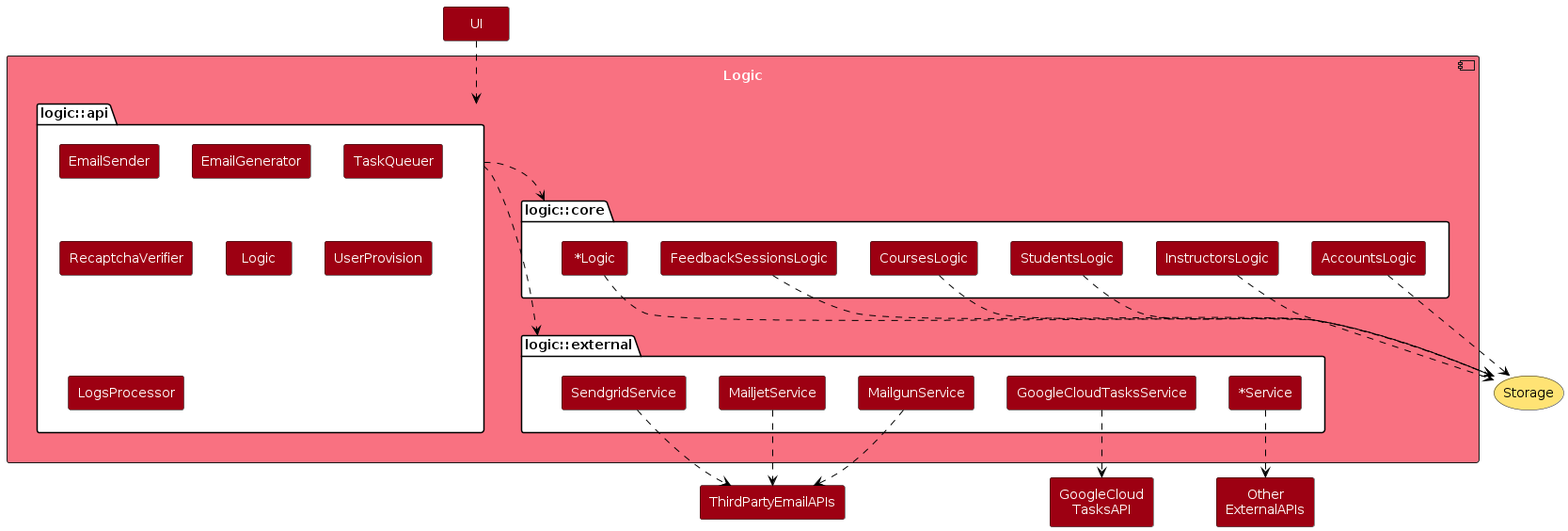
Earlier version of the PlantUML export diagrams/LogicComponent.png (TEAMMATES/teammates). Its source is kept beside it as diagrams/LogicComponent.puml.
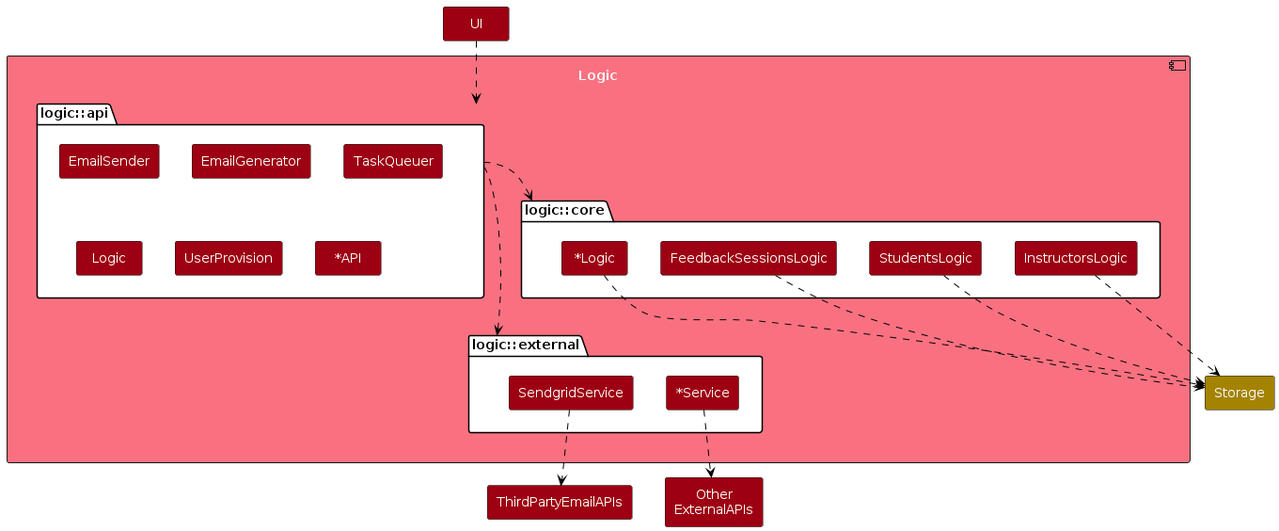
After the commit.

What changed in the source:
```diff
@@ -9,19 +9,14 @@
 
 component Logic {
     folder "logic::core" as Core {
-        rectangle AccountsLogic
         rectangle InstructorsLogic
         rectangle StudentsLogic
-        rectangle CoursesLogic
         rectangle FeedbackSessionsLogic
         rectangle "~*Logic" as Logic1
     }
 
     folder "logic::external" as External {
-        rectangle MailgunService
-        rectangle MailjetService
         rectangle SendgridService
-        rectangle GoogleCloudTasksService
         rectangle "~*Service" as Service
     }
 
@@ -29,28 +24,21 @@
         rectangle EmailSender
         rectangle EmailGenerator
         rectangle TaskQueuer
-        rectangle RecaptchaVerifier
         rectangle "Logic" as Logic2
         rectangle UserProvision
-        rectangle LogsProcessor
+        rectangle "~*API"
     }
 }
 
 rectangle ThirdPartyEmailAPIs
-rectangle "GoogleCloud\nTasksAPI" as GoogleCloudTasksApi
 rectangle "Other\nExternalAPIs" as OtherExternalApi
 rectangle UI
-storage Storage STORAGE_COLOR_T1
+rectangle Storage STORAGE_COLOR
 
-MailgunService ..> ThirdPartyEmailAPIs
-MailjetService ..> ThirdPartyEmailAPIs
 SendgridService ..> ThirdPartyEmailAPIs
-GoogleCloudTasksService ..> GoogleCloudTasksApi
 Service ..> OtherExternalApi
-AccountsLogic ..> Storage
 InstructorsLogic ..> Storage
 StudentsLogic ..> Storage
-CoursesLogic ..> Storage
 FeedbackSessionsLogic ..> Storage
 Logic1 ..> Storage
 
```
